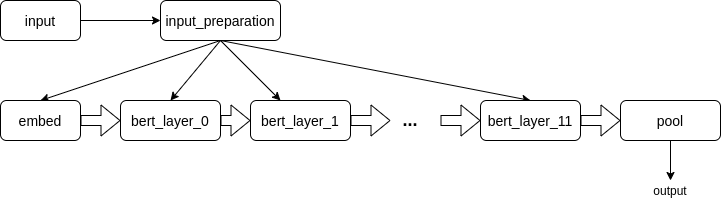
hansonhl/antra keeps this draw.io diagram as examples/figures/bert_compgraph.png. Above is the earlier version. Source tidied: cells renumbered, new cells last; positions are measured from the earlier drawing's top-left corner, leaving out a move shared by most shapes.
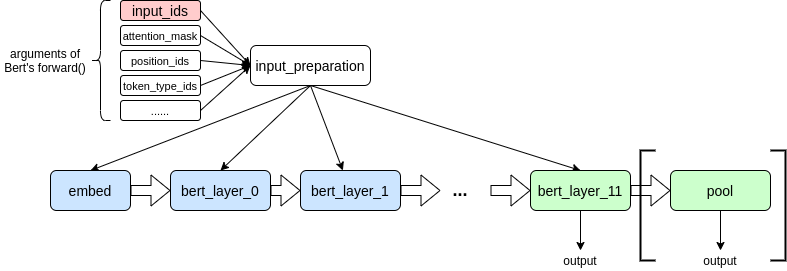
The same file after the commit.

Commit message:
update documentation for multi-leaf bert

The edit, as a diff of the source:
```diff
@@ -2,11 +2,11 @@
   <root>
     <mxCell id="0" />
     <mxCell id="1" parent="0" />
-    <mxCell id="2" style="edgeStyle=orthogonalEdgeStyle;rounded=0;jettySize=auto;html=1;exitX=1;exitY=0.5;exitDx=0;exitDy=0;" parent="1" edge="1" source="3" target="7">
+    <mxCell id="2" style="rounded=0;jettySize=auto;html=1;exitX=1;exitY=0.5;exitDx=0;exitDy=0;entryX=0;entryY=0.5;entryDx=0;entryDy=0;" parent="1" edge="1" source="3" target="7">
       <mxGeometry relative="1" as="geometry" />
     </mxCell>
-    <mxCell id="3" value="&lt;font style=&quot;font-size: 14px&quot;&gt;input&lt;/font&gt;" style="rounded=1;whiteSpace=wrap;html=1;" parent="1" vertex="1">
-      <mxGeometry width="80" height="40" as="geometry" />
+    <mxCell id="3" value="&lt;font style=&quot;font-size: 14px&quot;&gt;input_ids&lt;/font&gt;" style="rounded=1;whiteSpace=wrap;html=1;fillColor=#FFCCCC;" parent="1" vertex="1">
+      <mxGeometry x="70" y="-70" width="80" height="20" as="geometry" />
     </mxCell>
     <mxCell id="4" style="rounded=0;jettySize=auto;html=1;exitX=0.5;exitY=1;exitDx=0;exitDy=0;entryX=0.5;entryY=0;entryDx=0;entryDy=0;" parent="1" edge="1" source="7" target="9">
       <mxGeometry relative="1" as="geometry" />
@@ -18,18 +18,18 @@
       <mxGeometry relative="1" as="geometry" />
     </mxCell>
     <mxCell id="7" value="&lt;span style=&quot;font-size: 14px&quot;&gt;input_preparation&lt;/span&gt;" style="rounded=1;whiteSpace=wrap;html=1;" parent="1" vertex="1">
-      <mxGeometry x="160" width="120" height="40" as="geometry" />
+      <mxGeometry x="200" y="-25" width="120" height="40" as="geometry" />
     </mxCell>
     <mxCell id="8" style="edgeStyle=none;rounded=0;jettySize=auto;html=1;exitX=1;exitY=0.5;exitDx=0;exitDy=0;shape=flexArrow;" parent="1" edge="1" source="9" target="11">
       <mxGeometry relative="1" as="geometry" />
     </mxCell>
-    <mxCell id="9" value="&lt;font style=&quot;font-size: 14px&quot;&gt;embed&lt;/font&gt;" style="rounded=1;whiteSpace=wrap;html=1;" parent="1" vertex="1">
+    <mxCell id="9" value="&lt;font style=&quot;font-size: 14px&quot;&gt;embed&lt;/font&gt;" style="rounded=1;whiteSpace=wrap;html=1;fillColor=#CCE5FF;" parent="1" vertex="1">
       <mxGeometry y="100" width="80" height="40" as="geometry" />
     </mxCell>
     <mxCell id="10" style="edgeStyle=none;rounded=0;jettySize=auto;html=1;exitX=1;exitY=0.5;exitDx=0;exitDy=0;entryX=0;entryY=0.5;entryDx=0;entryDy=0;shape=flexArrow;" parent="1" edge="1" source="11" target="13">
       <mxGeometry relative="1" as="geometry" />
     </mxCell>
-    <mxCell id="11" value="&lt;span style=&quot;font-size: 14px&quot;&gt;bert_layer_0&lt;/span&gt;" style="rounded=1;whiteSpace=wrap;html=1;" parent="1" vertex="1">
+    <mxCell id="11" value="&lt;span style=&quot;font-size: 14px&quot;&gt;bert_layer_0&lt;/span&gt;" style="rounded=1;whiteSpace=wrap;html=1;fillColor=#CCE5FF;" parent="1" vertex="1">
       <mxGeometry x="120" y="100" width="100" height="40" as="geometry" />
     </mxCell>
     <mxCell id="12" style="edgeStyle=none;rounded=0;jettySize=auto;html=1;exitX=1;exitY=0.5;exitDx=0;exitDy=0;shape=flexArrow;" parent="1" edge="1" source="13">
@@ -37,13 +37,16 @@
         <mxPoint x="390" y="120" as="targetPoint" />
       </mxGeometry>
     </mxCell>
-    <mxCell id="13" value="&lt;span style=&quot;font-size: 14px&quot;&gt;bert_layer_1&lt;/span&gt;" style="rounded=1;whiteSpace=wrap;html=1;" parent="1" vertex="1">
+    <mxCell id="13" value="&lt;span style=&quot;font-size: 14px&quot;&gt;bert_layer_1&lt;/span&gt;" style="rounded=1;whiteSpace=wrap;html=1;fillColor=#CCE5FF;" parent="1" vertex="1">
       <mxGeometry x="250" y="100" width="100" height="40" as="geometry" />
     </mxCell>
     <mxCell id="14" style="edgeStyle=none;rounded=0;jettySize=auto;html=1;exitX=1;exitY=0.5;exitDx=0;exitDy=0;entryX=0;entryY=0.5;entryDx=0;entryDy=0;shape=flexArrow;" parent="1" edge="1" source="15" target="17">
       <mxGeometry relative="1" as="geometry" />
     </mxCell>
+    <mxCell id="22" style="edgeStyle=none;rounded=0;jettySize=auto;html=1;exitX=0.5;exitY=1;exitDx=0;exitDy=0;" parent="1" edge="1" source="15" target="33">
+      <mxGeometry relative="1" as="geometry" />
+    </mxCell>
-    <mxCell id="15" value="&lt;span style=&quot;font-size: 14px&quot;&gt;bert_layer_11&lt;/span&gt;" style="rounded=1;whiteSpace=wrap;html=1;" parent="1" vertex="1">
+    <mxCell id="15" value="&lt;span style=&quot;font-size: 14px&quot;&gt;bert_layer_11&lt;/span&gt;" style="rounded=1;whiteSpace=wrap;html=1;fillColor=#CCFFCC;" parent="1" vertex="1">
       <mxGeometry x="480" y="100" width="100" height="40" as="geometry" />
     </mxCell>
     <mxCell id="16" style="edgeStyle=none;rounded=0;jettySize=auto;html=1;exitX=0.5;exitY=1;exitDx=0;exitDy=0;" parent="1" edge="1" source="17">
@@ -51,7 +54,7 @@
         <mxPoint x="670" y="180" as="targetPoint" />
       </mxGeometry>
     </mxCell>
-    <mxCell id="17" value="&lt;span style=&quot;font-size: 14px&quot;&gt;pool&lt;/span&gt;" style="rounded=1;whiteSpace=wrap;html=1;" parent="1" vertex="1">
+    <mxCell id="17" value="&lt;span style=&quot;font-size: 14px&quot;&gt;pool&lt;/span&gt;" style="rounded=1;whiteSpace=wrap;html=1;fillColor=#CCFFCC;" parent="1" vertex="1">
       <mxGeometry x="620" y="100" width="100" height="40" as="geometry" />
     </mxCell>
     <mxCell id="18" style="endArrow=classic;html=1;entryX=0;entryY=0.5;entryDx=0;entryDy=0;shape=flexArrow;" parent="1" edge="1" target="15">
@@ -68,5 +71,46 @@
     <mxCell id="21" value="&lt;font style=&quot;font-size: 18px&quot;&gt;&lt;b&gt;...&lt;/b&gt;&lt;/font&gt;" style="text;html=1;strokeColor=none;fillColor=none;align=center;verticalAlign=middle;whiteSpace=wrap;rounded=0;" parent="1" vertex="1">
       <mxGeometry x="390" y="110" width="40" height="20" as="geometry" />
     </mxCell>
+    <mxCell id="23" style="edgeStyle=none;rounded=0;jettySize=auto;html=1;exitX=1;exitY=0.5;exitDx=0;exitDy=0;entryX=0;entryY=0.5;entryDx=0;entryDy=0;" parent="1" edge="1" source="24" target="7">
+      <mxGeometry relative="1" as="geometry" />
+    </mxCell>
+    <mxCell id="24" value="&lt;font style=&quot;font-size: 11px&quot;&gt;attention_mask&lt;/font&gt;" style="rounded=1;whiteSpace=wrap;html=1;" parent="1" vertex="1">
+      <mxGeometry x="70" y="-45" width="80" height="20" as="geometry" />
+    </mxCell>
+    <mxCell id="25" style="edgeStyle=none;rounded=0;jettySize=auto;html=1;exitX=1;exitY=0.5;exitDx=0;exitDy=0;entryX=0;entryY=0.5;entryDx=0;entryDy=0;" parent="1" edge="1" source="26" target="7">
+      <mxGeometry relative="1" as="geometry" />
+    </mxCell>
+    <mxCell id="26" value="&lt;font style=&quot;font-size: 11px&quot;&gt;token_type_ids&lt;/font&gt;" style="rounded=1;whiteSpace=wrap;html=1;" parent="1" vertex="1">
+      <mxGeometry x="70" y="5" width="80" height="20" as="geometry" />
+    </mxCell>
+    <mxCell id="27" style="edgeStyle=none;rounded=0;jettySize=auto;html=1;exitX=1;exitY=0.5;exitDx=0;exitDy=0;" parent="1" edge="1" source="28">
+      <mxGeometry relative="1" as="geometry">
+        <mxPoint x="200" y="-5" as="targetPoint" />
+      </mxGeometry>
+    </mxCell>
+    <mxCell id="28" value="&lt;font style=&quot;font-size: 11px&quot;&gt;position_ids&lt;/font&gt;" style="rounded=1;whiteSpace=wrap;html=1;" parent="1" vertex="1">
+      <mxGeometry x="70" y="-20" width="80" height="20" as="geometry" />
+    </mxCell>
+    <mxCell id="29" style="edgeStyle=none;rounded=0;jettySize=auto;html=1;exitX=1;exitY=0.5;exitDx=0;exitDy=0;entryX=0;entryY=0.5;entryDx=0;entryDy=0;" parent="1" edge="1" source="30" target="7">
+      <mxGeometry relative="1" as="geometry" />
+    </mxCell>
+    <mxCell id="30" value="&lt;font style=&quot;font-size: 11px&quot;&gt;......&lt;/font&gt;" style="rounded=1;whiteSpace=wrap;html=1;" parent="1" vertex="1">
+      <mxGeometry x="70" y="30" width="80" height="20" as="geometry" />
+    </mxCell>
+    <mxCell id="31" style="shape=curlyBracket;whiteSpace=wrap;html=1;rounded=1;" parent="1" vertex="1">
+      <mxGeometry x="40" y="-70" width="20" height="120" as="geometry" />
+    </mxCell>
+    <mxCell id="32" value="arguments of Bert's forward()" style="text;html=1;strokeColor=none;fillColor=none;align=center;verticalAlign=middle;whiteSpace=wrap;rounded=0;" parent="1" vertex="1">
+      <mxGeometry x="-50" y="-20" width="90" height="20" as="geometry" />
+    </mxCell>
+    <mxCell id="33" value="output" style="text;html=1;strokeColor=none;fillColor=none;align=center;verticalAlign=middle;whiteSpace=wrap;rounded=0;" parent="1" vertex="1">
+      <mxGeometry x="495" y="180" width="70" height="20" as="geometry" />
+    </mxCell>
+    <mxCell id="34" style="strokeWidth=2;html=1;shape=mxgraph.flowchart.annotation_1;align=left;" parent="1" vertex="1">
+      <mxGeometry x="590" y="80" width="15" height="110" as="geometry" />
+    </mxCell>
+    <mxCell id="35" style="strokeWidth=2;html=1;shape=mxgraph.flowchart.annotation_1;align=left;rotation=-180;" parent="1" vertex="1">
+      <mxGeometry x="720" y="80" width="15" height="110" as="geometry" />
+    </mxCell>
   </root>
 </mxGraphModel>
```
